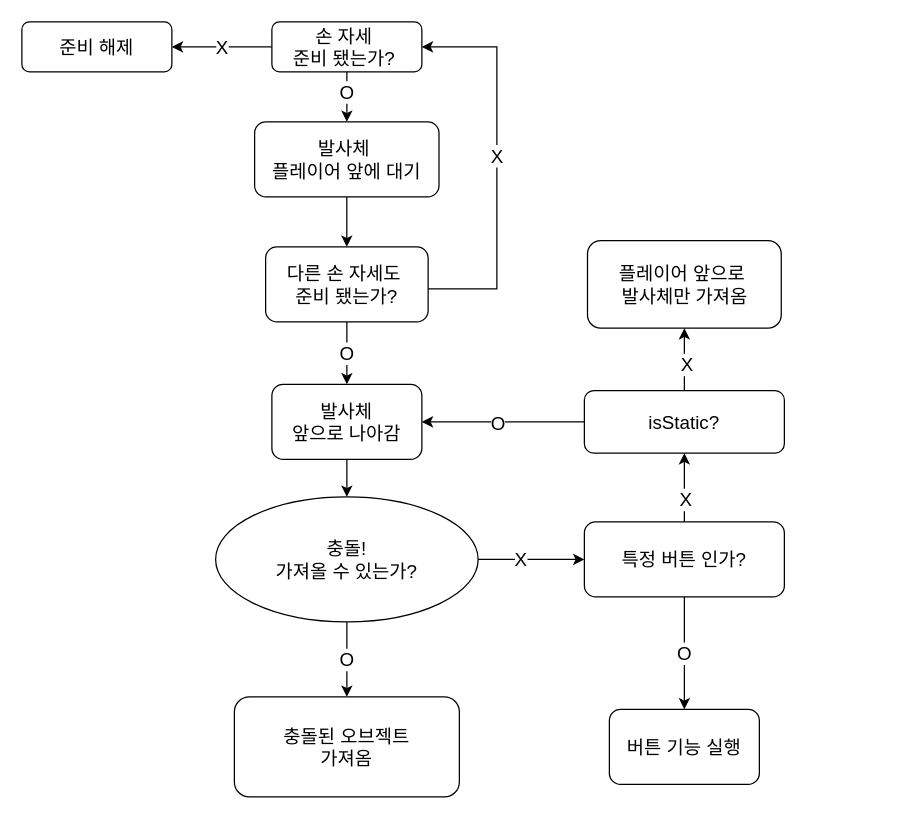
Above: 로켓펀치 매커니즘.drawio in ljhub-git/hand_escape (draw.io), before the change. Source tidied: cells renumbered, new cells numbered last; positions are measured from the earlier drawing's top-left corner, leaving out a move shared by most shapes. Both pictures are drawn from the tidied source at 125%, with x=0, y=0 at pixel (21, 21).
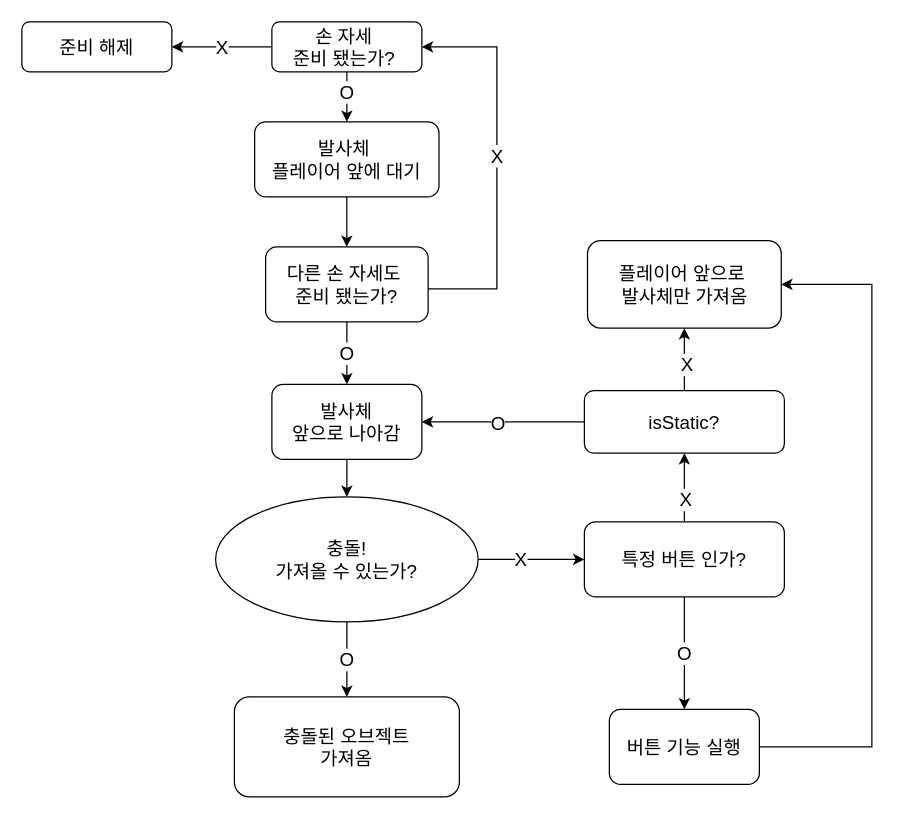
After the change.

The change refers to these unchanged cells:
```xml
<mxCell id="22" value="버튼 기능 실행" style="rounded=1;whiteSpace=wrap;html=1;fontSize=15;glass=0;strokeWidth=1;shadow=0;" parent="1" vertex="1">
  <mxGeometry x="470" y="550" width="120" height="60" as="geometry" />
</mxCell>
<mxCell id="28" value="플레이어 앞으로&amp;nbsp;&lt;div&gt;발사체만 가져옴&lt;/div&gt;" style="whiteSpace=wrap;html=1;fontSize=15;rounded=1;glass=0;strokeWidth=1;shadow=0;" parent="1" vertex="1">
  <mxGeometry x="452.5" y="175" width="155" height="70" as="geometry" />
</mxCell>
```

Diff of the diagram source:
```diff
@@
+    <mxCell id="29" style="edgeStyle=orthogonalEdgeStyle;rounded=0;jettySize=auto;html=1;exitX=1;exitY=0.5;exitDx=0;exitDy=0;entryX=1;entryY=0.5;entryDx=0;entryDy=0;" parent="1" edge="1" source="22" target="28">
+      <mxGeometry relative="1" as="geometry">
+        <Array as="points">
+          <mxPoint x="680" y="580" />
+          <mxPoint x="680" y="210" />
+        </Array>
+      </mxGeometry>
+    </mxCell>
```
